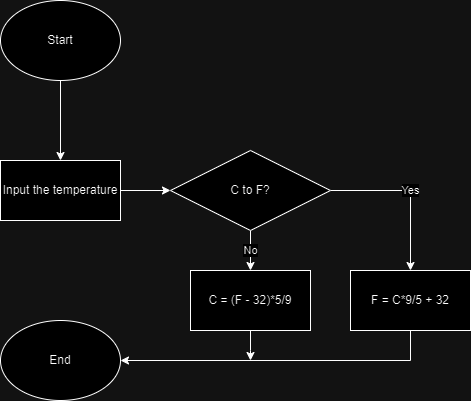
Earlier version of the draw.io export Designs/Day01_IntroductionAndMotivations/Tut0103_TemperatureConverter/TemperatureConverter.png (tubm2004/62FIT2PR1-FIT2024). Source tidied: cells renumbered, new cells last; positions are measured from the earlier drawing's top-left corner, leaving out a move shared by most shapes.
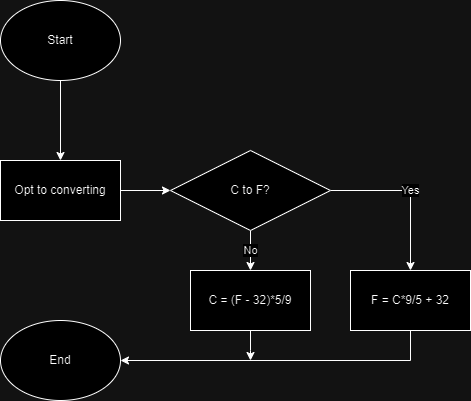
Above is the later version.

Commit message:
Upload exercise 3 - TemperatureConverter

The edit, as a diff of the source:
```diff
@@ -11,7 +11,7 @@
     <mxCell id="4" style="edgeStyle=orthogonalEdgeStyle;rounded=0;jettySize=auto;html=1;" parent="1" edge="1" source="5" target="8">
       <mxGeometry relative="1" as="geometry" />
     </mxCell>
-    <mxCell id="5" value="Input the temperature" style="whiteSpace=wrap;html=1;" parent="1" vertex="1">
+    <mxCell id="5" value="Opt to converting" style="whiteSpace=wrap;html=1;" parent="1" vertex="1">
       <mxGeometry y="160" width="120" height="60" as="geometry" />
     </mxCell>
     <mxCell id="6" value="No" style="edgeStyle=orthogonalEdgeStyle;rounded=0;jettySize=auto;html=1;" parent="1" edge="1" source="8" target="11">
```
